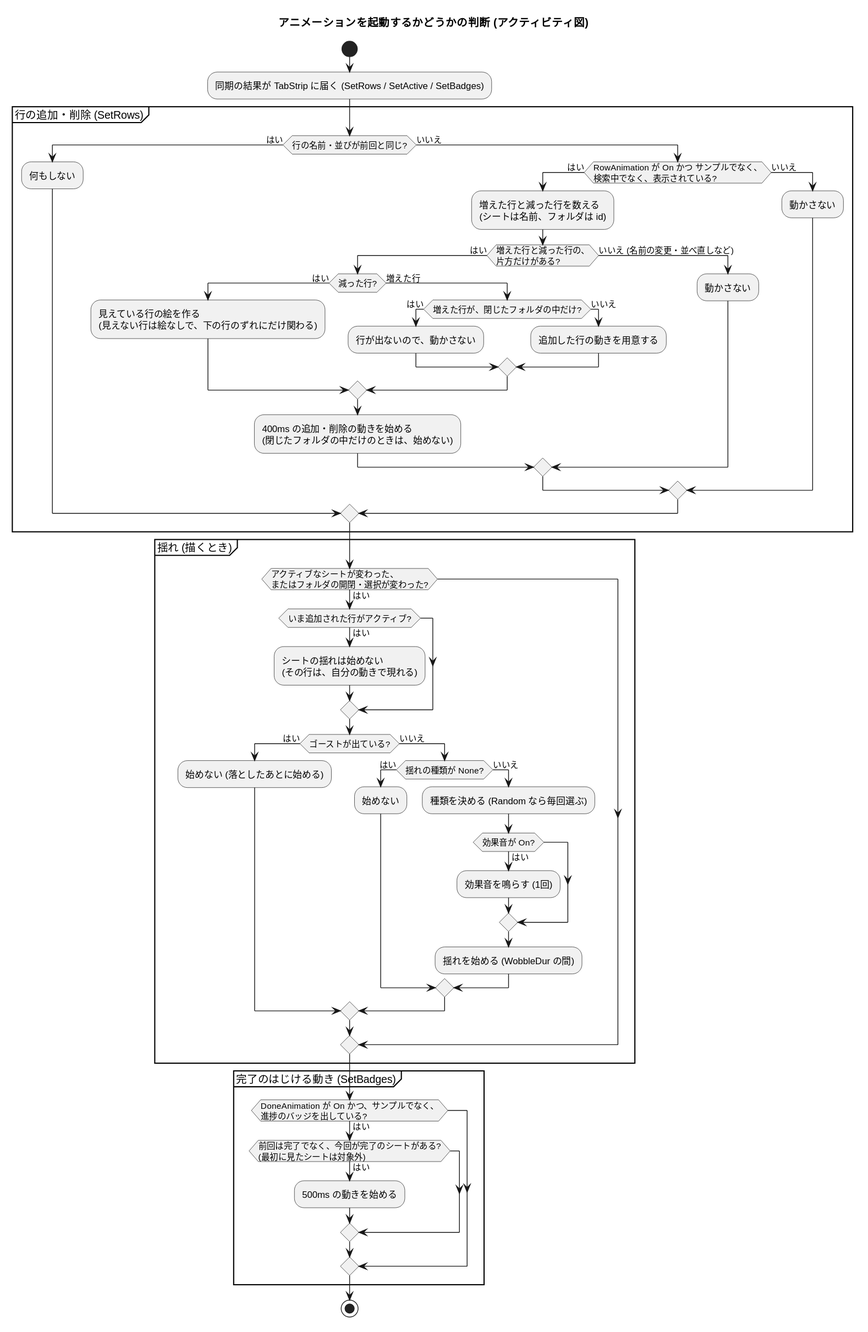
Earlier version of the PlantUML export docs/activity-animation.svg (nk-taka623/VerticalSheetTabs). Source of this version:
```plantuml
@startuml
title アニメーションを起動するかどうかの判断 (アクティビティ図)
skinparam shadowing false

start
:同期の結果が TabStrip に届く (SetRows / SetActive / SetBadges);

partition "行の追加・削除 (SetRows)" {
  if (行の名前・並びが前回と同じ?) then (はい)
    :何もしない;
  else (いいえ)
    if (RowAnimation が On かつ サンプルでなく、\n検索中でなく、表示されている?) then (はい)
      :増えた行と減った行を数える\n(シートは名前、フォルダは id);
      if (増えた行と減った行の、\n片方だけがある?) then (はい)
        if (減った行?) then (はい)
          :見えている行の絵を作る\n(見えない行は絵なしで、下の行のずれにだけ関わる);
        else (増えた行)
          if (増えた行が、閉じたフォルダの中だけ?) then (はい)
            :行が出ないので、動かさない;
          else (いいえ)
            :追加した行の動きを用意する;
          endif
        endif
        :400ms の追加・削除の動きを始める\n(閉じたフォルダの中だけのときは、始めない);
      else (いいえ (名前の変更・並べ直しなど))
        :動かさない;
      endif
    else (いいえ)
      :動かさない;
    endif
  endif
}

partition "揺れ (描くとき)" {
  if (アクティブなシートが変わった、\nまたはフォルダの開閉・選択が変わった?) then (はい)
    if (いま追加された行がアクティブ?) then (はい)
      :シートの揺れは始めない\n(その行は、自分の動きで現れる);
    endif
    if (ゴーストが出ている?) then (はい)
      :始めない (落としたあとに始める);
    else (いいえ)
      if (揺れの種類が None?) then (はい)
        :始めない;
      else (いいえ)
        :種類を決める (Random なら毎回選ぶ);
        if (効果音が On?) then (はい)
          :効果音を鳴らす (1回);
        endif
        :揺れを始める (WobbleDur の間);
      endif
    endif
  endif
}

partition "完了のはじける動き (SetBadges)" {
  if (DoneAnimation が On かつ、サンプルでなく、\n進捗のバッジを出している?) then (はい)
    if (前回は完了でなく、今回が完了のシートがある?\n(最初に見たシートは対象外)) then (はい)
      :500ms の動きを始める;
    endif
  endif
}
stop
@enduml
```
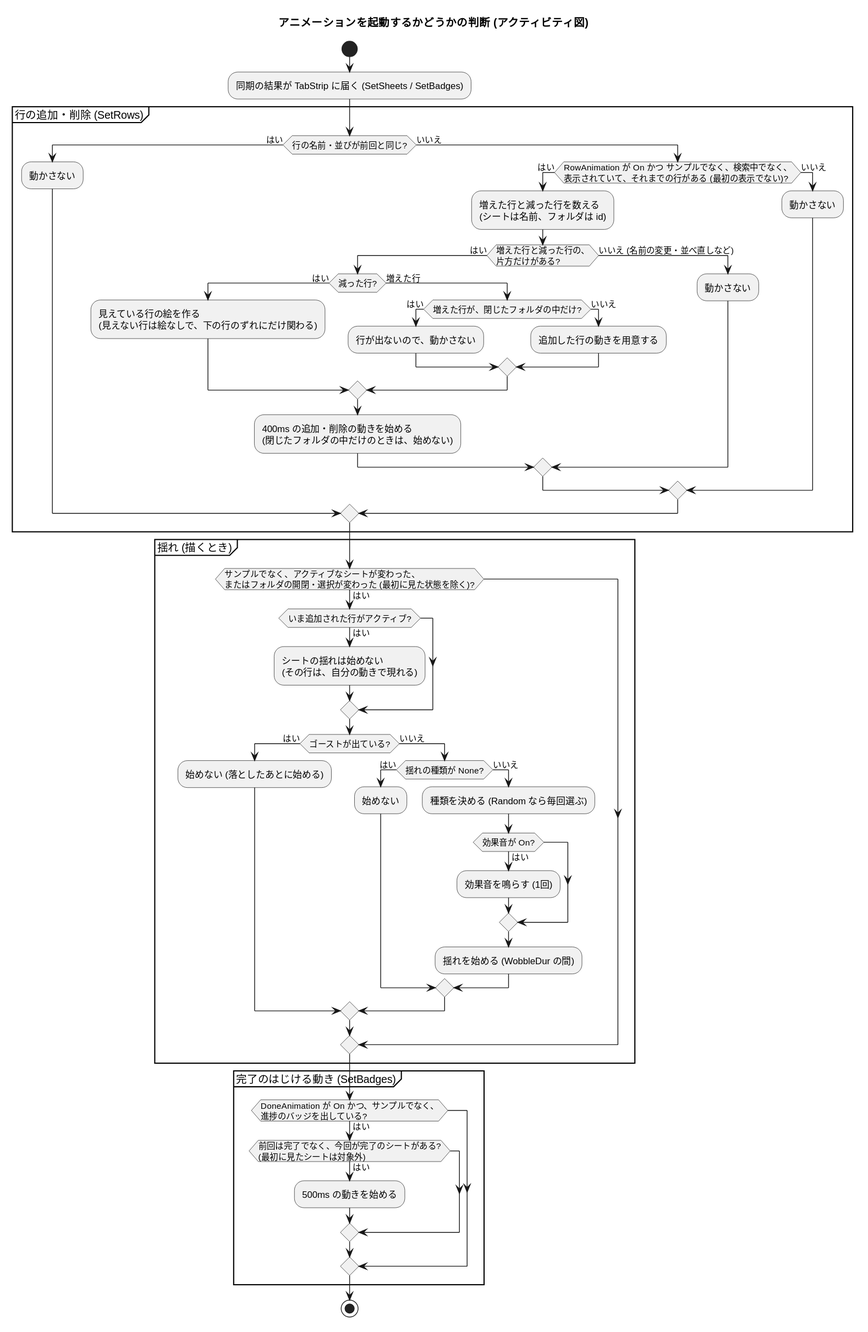
The same file after the commit.

Diff of the diagram source:
```diff
@@ -3,13 +3,13 @@
 skinparam shadowing false
 
 start
-:同期の結果が TabStrip に届く (SetRows / SetActive / SetBadges);
+:同期の結果が TabStrip に届く (SetSheets / SetBadges);
 
 partition "行の追加・削除 (SetRows)" {
   if (行の名前・並びが前回と同じ?) then (はい)
-    :何もしない;
+    :動かさない;
   else (いいえ)
-    if (RowAnimation が On かつ サンプルでなく、\n検索中でなく、表示されている?) then (はい)
+    if (RowAnimation が On かつ サンプルでなく、検索中でなく、\n表示されていて、それまでの行がある (最初の表示でない)?) then (はい)
       :増えた行と減った行を数える\n(シートは名前、フォルダは id);
       if (増えた行と減った行の、\n片方だけがある?) then (はい)
         if (減った行?) then (はい)
@@ -32,7 +32,7 @@
 }
 
 partition "揺れ (描くとき)" {
-  if (アクティブなシートが変わった、\nまたはフォルダの開閉・選択が変わった?) then (はい)
+  if (サンプルでなく、アクティブなシートが変わった、\nまたはフォルダの開閉・選択が変わった (最初に見た状態を除く)?) then (はい)
     if (いま追加された行がアクティブ?) then (はい)
       :シートの揺れは始めない\n(その行は、自分の動きで現れる);
     endif
```
